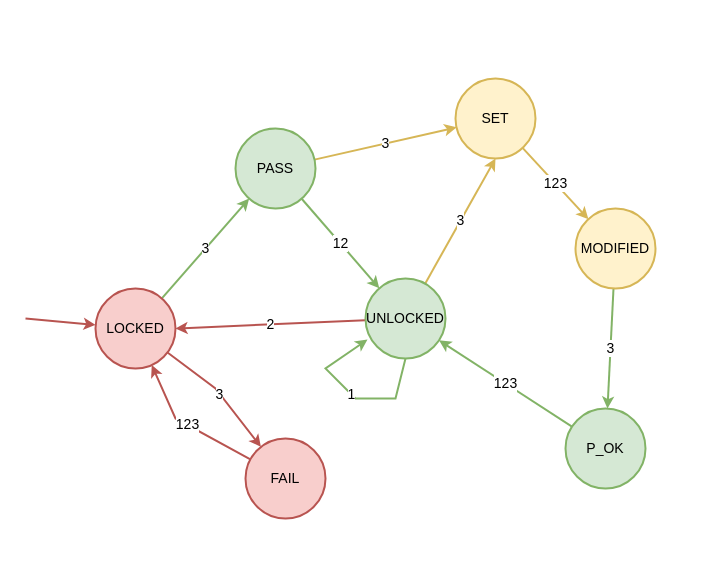
Above: docs/state-diagram.drawio in matuuush/pin-lock (draw.io), before the change. Source tidied: cells renumbered, new cells numbered last; positions are measured from the earlier drawing's top-left corner, leaving out a move shared by most shapes. Both pictures are drawn from the tidied source at 100%, with x=0, y=0 at pixel (25, 78).
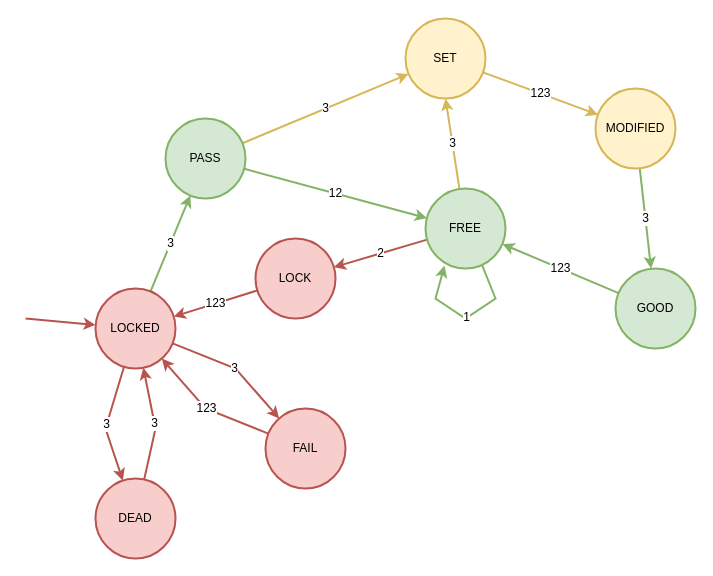
Above is the later version.

Commit message (it also covers changes not shown here):
updated state diagram

The edit, as a diff of the source:
```diff
@@
-    <mxCell id="2" value="3" style="rounded=0;jettySize=auto;html=1;fontSize=14;fillColor=#d5e8d4;strokeColor=#82b366;strokeWidth=2;" parent="1" edge="1" source="5" target="8">
+    <mxCell id="2" value="3" style="rounded=0;jettySize=auto;html=1;fontSize=12;fillColor=#d5e8d4;strokeColor=#82b366;strokeWidth=2;" parent="1" edge="1" source="5" target="8">
       <mxGeometry relative="1" as="geometry" />
     </mxCell>
-    <mxCell id="3" value="3" style="rounded=0;jettySize=auto;html=1;fontSize=14;fillColor=#f8cecc;strokeColor=#b85450;strokeWidth=2;" parent="1" edge="1" source="5" target="10">
+    <mxCell id="3" value="3" style="rounded=0;jettySize=auto;html=1;fontSize=12;fillColor=#f8cecc;strokeColor=#b85450;strokeWidth=2;" parent="1" edge="1" source="5" target="10">
       <mxGeometry relative="1" as="geometry">
         <Array as="points">
-          <mxPoint x="190" y="310" />
+          <mxPoint x="210" y="290" />
         </Array>
       </mxGeometry>
     </mxCell>
-    <mxCell id="4" style="rounded=0;jettySize=auto;html=1;fillColor=#f8cecc;strokeColor=#b85450;startArrow=classic;startFill=1;endArrow=none;endFill=0;strokeWidth=2;" parent="1" edge="1" source="5">
+    <mxCell id="4" style="rounded=0;jettySize=auto;html=1;fillColor=#f8cecc;strokeColor=#b85450;startArrow=classic;startFill=1;endArrow=none;endFill=0;strokeWidth=2;fontSize=12;" parent="1" edge="1" source="5">
       <mxGeometry relative="1" as="geometry">
         <mxPoint y="240" as="targetPoint" />
       </mxGeometry>
     </mxCell>
+    <mxCell id="21" value="3" style="rounded=0;jettySize=auto;html=1;strokeWidth=2;fillColor=#f8cecc;strokeColor=#b85450;fontSize=12;" parent="1" edge="1" source="5" target="23">
+      <mxGeometry relative="1" as="geometry">
+        <Array as="points">
+          <mxPoint x="80" y="350" />
+        </Array>
+      </mxGeometry>
+    </mxCell>
-    <mxCell id="5" value="LOCKED" style="ellipse;whiteSpace=wrap;html=1;fontSize=14;fillColor=#f8cecc;strokeColor=#b85450;strokeWidth=2;" parent="1" vertex="1">
+    <mxCell id="5" value="LOCKED" style="ellipse;whiteSpace=wrap;html=1;fontSize=12;fillColor=#f8cecc;strokeColor=#b85450;strokeWidth=2;" parent="1" vertex="1">
       <mxGeometry x="70" y="210" width="80" height="80" as="geometry" />
     </mxCell>
-    <mxCell id="6" value="12" style="rounded=0;jettySize=auto;html=1;fontSize=14;fillColor=#d5e8d4;strokeColor=#82b366;strokeWidth=2;" parent="1" edge="1" source="8" target="14">
+    <mxCell id="6" value="12" style="rounded=0;jettySize=auto;html=1;fontSize=12;fillColor=#d5e8d4;strokeColor=#82b366;strokeWidth=2;" parent="1" edge="1" source="8" target="14">
       <mxGeometry relative="1" as="geometry" />
     </mxCell>
-    <mxCell id="7" value="3" style="rounded=0;jettySize=auto;html=1;fontSize=14;fillColor=#fff2cc;strokeColor=#d6b656;strokeWidth=2;" parent="1" edge="1" source="8" target="16">
+    <mxCell id="7" value="3" style="rounded=0;jettySize=auto;html=1;fontSize=12;fillColor=#fff2cc;strokeColor=#d6b656;strokeWidth=2;" parent="1" edge="1" source="8" target="16">
       <mxGeometry relative="1" as="geometry" />
     </mxCell>
-    <mxCell id="8" value="PASS" style="ellipse;whiteSpace=wrap;html=1;fontSize=14;fillColor=#d5e8d4;strokeColor=#82b366;strokeWidth=2;" parent="1" vertex="1">
-      <mxGeometry x="210" y="50" width="80" height="80" as="geometry" />
+    <mxCell id="8" value="PASS" style="ellipse;whiteSpace=wrap;html=1;fontSize=12;fillColor=#d5e8d4;strokeColor=#82b366;strokeWidth=2;" parent="1" vertex="1">
+      <mxGeometry x="140" y="40" width="80" height="80" as="geometry" />
     </mxCell>
-    <mxCell id="9" value="123" style="rounded=0;jettySize=auto;html=1;fontSize=14;fillColor=#f8cecc;strokeColor=#b85450;strokeWidth=2;" parent="1" edge="1" source="10" target="5">
+    <mxCell id="9" value="123" style="rounded=0;jettySize=auto;html=1;fontSize=12;fillColor=#f8cecc;strokeColor=#b85450;strokeWidth=2;" parent="1" edge="1" source="10" target="5">
       <mxGeometry relative="1" as="geometry">
         <Array as="points">
-          <mxPoint x="150" y="340" />
+          <mxPoint x="180" y="330" />
         </Array>
       </mxGeometry>
     </mxCell>
-    <mxCell id="10" value="FAIL" style="ellipse;whiteSpace=wrap;html=1;fontSize=14;fillColor=#f8cecc;strokeColor=#b85450;strokeWidth=2;" parent="1" vertex="1">
-      <mxGeometry x="220" y="360" width="80" height="80" as="geometry" />
+    <mxCell id="10" value="FAIL" style="ellipse;whiteSpace=wrap;html=1;fontSize=12;fillColor=#f8cecc;strokeColor=#b85450;strokeWidth=2;" parent="1" vertex="1">
+      <mxGeometry x="240" y="330" width="80" height="80" as="geometry" />
     </mxCell>
-    <mxCell id="11" value="1" style="rounded=0;orthogonalLoop=1;jettySize=auto;html=1;entryX=0.025;entryY=0.763;entryDx=0;entryDy=0;exitX=0.5;exitY=1;exitDx=0;exitDy=0;fontSize=14;fillColor=#d5e8d4;strokeColor=#82b366;strokeWidth=2;entryPerimeter=0;" parent="1" edge="1" source="14" target="14">
+    <mxCell id="11" value="1" style="rounded=0;orthogonalLoop=1;jettySize=auto;html=1;entryX=0.238;entryY=0.963;entryDx=0;entryDy=0;exitX=0.7;exitY=0.938;exitDx=0;exitDy=0;fontSize=12;fillColor=#d5e8d4;strokeColor=#82b366;strokeWidth=2;entryPerimeter=0;exitPerimeter=0;" parent="1" edge="1" source="14" target="14">
       <mxGeometry relative="1" as="geometry">
         <Array as="points">
-          <mxPoint x="370" y="320" />
-          <mxPoint x="330" y="320" />
-          <mxPoint x="300" y="290" />
+          <mxPoint x="470" y="220" />
+          <mxPoint x="440" y="240" />
+          <mxPoint x="410" y="220" />
         </Array>
       </mxGeometry>
     </mxCell>
-    <mxCell id="12" value="3" style="rounded=0;jettySize=auto;html=1;entryX=0.5;entryY=1;entryDx=0;entryDy=0;fontSize=14;fillColor=#fff2cc;strokeColor=#d6b656;strokeWidth=2;" parent="1" edge="1" source="14" target="16">
+    <mxCell id="12" value="3" style="rounded=0;jettySize=auto;html=1;entryX=0.5;entryY=1;entryDx=0;entryDy=0;fontSize=12;fillColor=#fff2cc;strokeColor=#d6b656;strokeWidth=2;" parent="1" edge="1" source="14" target="16">
       <mxGeometry relative="1" as="geometry" />
     </mxCell>
-    <mxCell id="13" value="2" style="rounded=0;jettySize=auto;html=1;entryX=1;entryY=0.5;entryDx=0;entryDy=0;fontSize=14;fillColor=#f8cecc;strokeColor=#b85450;strokeWidth=2;" parent="1" edge="1" source="14" target="5">
+    <mxCell id="13" value="2" style="rounded=0;jettySize=auto;html=1;fontSize=12;fillColor=#f8cecc;strokeColor=#b85450;strokeWidth=2;" parent="1" edge="1" source="14" target="25">
       <mxGeometry relative="1" as="geometry" />
     </mxCell>
-    <mxCell id="14" value="UNLOCKED" style="ellipse;whiteSpace=wrap;html=1;fontSize=14;fillColor=#d5e8d4;strokeColor=#82b366;strokeWidth=2;" parent="1" vertex="1">
-      <mxGeometry x="340" y="200" width="80" height="80" as="geometry" />
+    <mxCell id="14" value="FREE" style="ellipse;whiteSpace=wrap;html=1;fontSize=12;fillColor=#d5e8d4;strokeColor=#82b366;strokeWidth=2;" parent="1" vertex="1">
+      <mxGeometry x="400" y="110" width="80" height="80" as="geometry" />
     </mxCell>
-    <mxCell id="15" value="123" style="rounded=0;jettySize=auto;html=1;fontSize=14;fillColor=#fff2cc;strokeColor=#d6b656;strokeWidth=2;" parent="1" edge="1" source="16" target="18">
+    <mxCell id="15" value="123" style="rounded=0;jettySize=auto;html=1;fontSize=12;fillColor=#fff2cc;strokeColor=#d6b656;strokeWidth=2;" parent="1" edge="1" source="16" target="18">
       <mxGeometry relative="1" as="geometry" />
     </mxCell>
-    <mxCell id="16" value="&lt;div&gt;SET&lt;/div&gt;" style="ellipse;whiteSpace=wrap;html=1;fontSize=14;fillColor=#fff2cc;strokeColor=#d6b656;strokeWidth=2;" parent="1" vertex="1">
-      <mxGeometry x="430" width="80" height="80" as="geometry" />
+    <mxCell id="16" value="&lt;div&gt;SET&lt;/div&gt;" style="ellipse;whiteSpace=wrap;html=1;fontSize=12;fillColor=#fff2cc;strokeColor=#d6b656;strokeWidth=2;" parent="1" vertex="1">
+      <mxGeometry x="380" y="-60" width="80" height="80" as="geometry" />
     </mxCell>
-    <mxCell id="17" value="3" style="rounded=0;jettySize=auto;html=1;fontSize=14;fillColor=#d5e8d4;strokeColor=#82b366;strokeWidth=2;" parent="1" edge="1" source="18" target="20">
+    <mxCell id="17" value="3" style="rounded=0;jettySize=auto;html=1;fontSize=12;fillColor=#d5e8d4;strokeColor=#82b366;strokeWidth=2;" parent="1" edge="1" source="18" target="20">
       <mxGeometry relative="1" as="geometry" />
     </mxCell>
-    <mxCell id="18" value="&lt;div&gt;MODIFIED&lt;/div&gt;" style="ellipse;whiteSpace=wrap;html=1;fontSize=14;fillColor=#fff2cc;strokeColor=#d6b656;strokeWidth=2;" parent="1" vertex="1">
-      <mxGeometry x="550" y="130" width="80" height="80" as="geometry" />
+    <mxCell id="18" value="&lt;div&gt;MODIFIED&lt;/div&gt;" style="ellipse;whiteSpace=wrap;html=1;fontSize=12;fillColor=#fff2cc;strokeColor=#d6b656;strokeWidth=2;" parent="1" vertex="1">
+      <mxGeometry x="570" y="10" width="80" height="80" as="geometry" />
     </mxCell>
-    <mxCell id="19" value="123" style="rounded=0;jettySize=auto;html=1;fontSize=14;fillColor=#d5e8d4;strokeColor=#82b366;strokeWidth=2;" parent="1" edge="1" source="20" target="14">
+    <mxCell id="19" value="123" style="rounded=0;jettySize=auto;html=1;fontSize=12;fillColor=#d5e8d4;strokeColor=#82b366;strokeWidth=2;" parent="1" edge="1" source="20" target="14">
       <mxGeometry relative="1" as="geometry" />
     </mxCell>
-    <mxCell id="20" value="P_OK" style="ellipse;whiteSpace=wrap;html=1;fontSize=14;fillColor=#d5e8d4;strokeColor=#82b366;strokeWidth=2;" parent="1" vertex="1">
-      <mxGeometry x="540" y="330" width="80" height="80" as="geometry" />
+    <mxCell id="20" value="GOOD" style="ellipse;whiteSpace=wrap;html=1;fontSize=12;fillColor=#d5e8d4;strokeColor=#82b366;strokeWidth=2;" parent="1" vertex="1">
+      <mxGeometry x="590" y="190" width="80" height="80" as="geometry" />
     </mxCell>
+    <mxCell id="22" value="3" style="rounded=0;jettySize=auto;html=1;strokeWidth=2;fillColor=#f8cecc;strokeColor=#b85450;fontSize=12;" parent="1" edge="1" source="23" target="5">
+      <mxGeometry relative="1" as="geometry">
+        <Array as="points">
+          <mxPoint x="130" y="350" />
+        </Array>
+      </mxGeometry>
+    </mxCell>
+    <mxCell id="23" value="DEAD" style="ellipse;whiteSpace=wrap;html=1;fontSize=12;fillColor=#f8cecc;strokeColor=#b85450;strokeWidth=2;" parent="1" vertex="1">
+      <mxGeometry x="70" y="400" width="80" height="80" as="geometry" />
+    </mxCell>
+    <mxCell id="24" value="123" style="rounded=0;jettySize=auto;html=1;fontSize=12;fillColor=#f8cecc;strokeColor=#b85450;strokeWidth=2;" parent="1" edge="1" source="25" target="5">
+      <mxGeometry relative="1" as="geometry" />
+    </mxCell>
+    <mxCell id="25" value="LOCK" style="ellipse;whiteSpace=wrap;html=1;fontSize=12;fillColor=#f8cecc;strokeColor=#b85450;strokeWidth=2;" parent="1" vertex="1">
+      <mxGeometry x="230" y="160" width="80" height="80" as="geometry" />
+    </mxCell>
```
